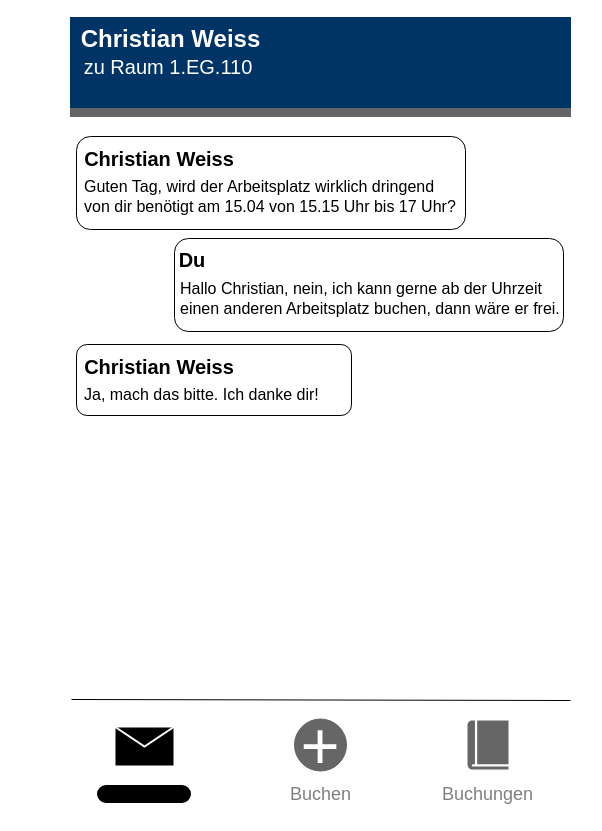
J4ay/Desk-Planner keeps this draw.io diagram as page "Chatverlauf" (5 of 6) of Doc/LowFiMockUp.drawio. Above is the earlier version. Source tidied: cells renumbered, new cells numbered last; positions are measured from the earlier drawing's top-left corner, leaving out a move shared by most shapes. Both pictures are drawn from the tidied source at 100%, with x=0, y=0 at pixel (17, 17). Pictures stored in the file or linked from it are replaced by grey dashed boxes.
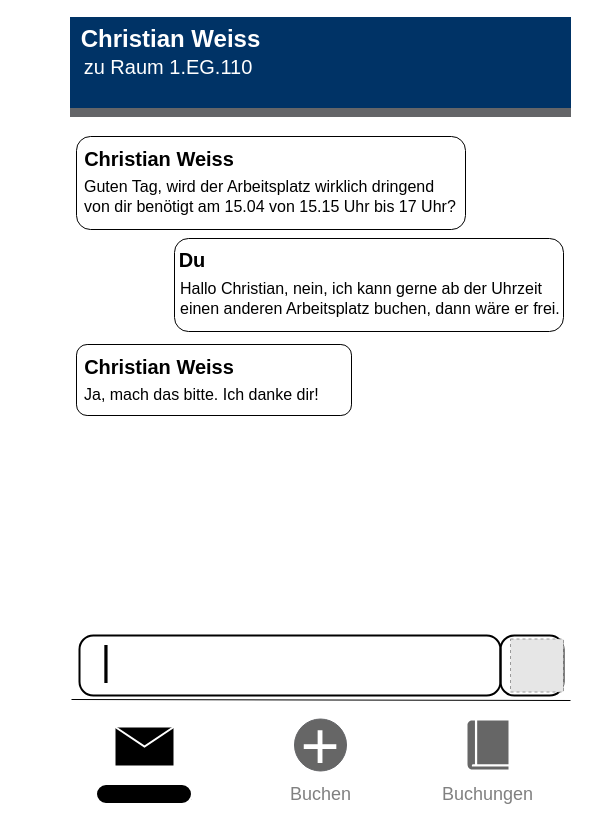
Above is the later version.

The edit, as a diff of the source:
```diff
@@
+    <mxCell id="24" style="rounded=1;whiteSpace=wrap;html=1;fontFamily=Helvetica;fontSize=108;fontColor=#999999;fillColor=none;strokeWidth=2;arcSize=23;" parent="1" vertex="1">
+      <mxGeometry x="483" y="618" width="63" height="60" as="geometry" />
+    </mxCell>
@@
+    <mxCell id="25" style="rounded=1;whiteSpace=wrap;html=1;fontFamily=Helvetica;fontSize=108;fontColor=#999999;fillColor=none;strokeWidth=2;arcSize=23;" parent="1" vertex="1">
+      <mxGeometry x="62" y="618" width="421" height="60" as="geometry" />
+    </mxCell>
+    <mxCell id="26" value="&lt;font style=&quot;font-size: 40px&quot;&gt;|&lt;/font&gt;" style="text;html=1;strokeColor=none;fillColor=none;align=center;verticalAlign=middle;whiteSpace=wrap;rounded=0;fontFamily=Helvetica;fontSize=108;fontColor=#000000;" parent="1" vertex="1">
+      <mxGeometry x="59" y="605" width="60" height="30" as="geometry" />
+    </mxCell>
+    <mxCell id="27" style="fillColor=#E6E6E6;strokeColor=#999999;dashed=1;html=1;verticalAlign=top;verticalLabelPosition=bottom;labelBackgroundColor=#ffffff;" parent="1" vertex="1">
+      <mxGeometry x="493" y="621.5" width="53" height="53" as="geometry" />
+    </mxCell>
```
